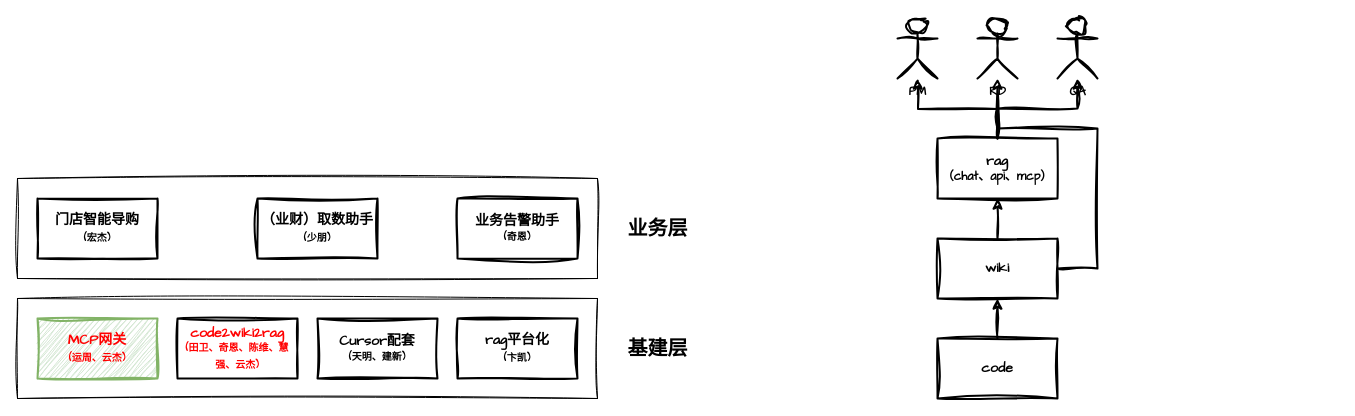
Earlier version of the draw.io diagram tc/AI.drawio (zhuanzhuan-tech/arch-draw-io). Source tidied: cells renumbered, new cells numbered last; positions are measured from the earlier drawing's top-left corner, leaving out a move shared by most shapes. Both pictures are drawn from the tidied source at 100%, with x=0, y=0 at pixel (17, 18).
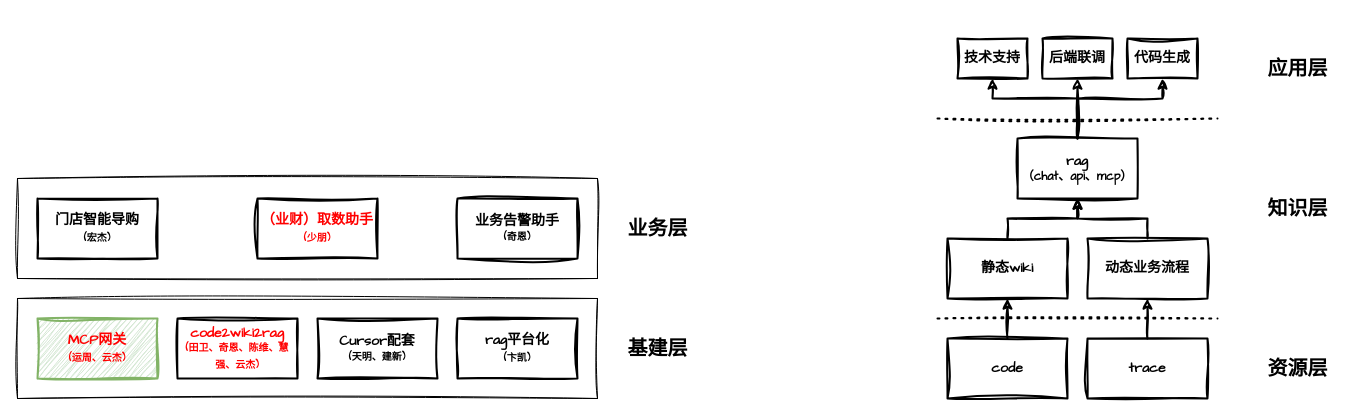
The same page after the edit.

Change to the diagram source:
```diff
@@
     <mxCell id="13" value="&lt;span style=&quot;font-size: 14px;&quot;&gt;&lt;b&gt;code&lt;/b&gt;&lt;/span&gt;" style="rounded=0;whiteSpace=wrap;html=1;sketch=1;hachureGap=4;jiggle=2;curveFitting=1;fontFamily=Architects Daughter;fillColor=none;strokeWidth=2;" parent="1" vertex="1">
-      <mxGeometry x="920" y="320" width="120" height="60" as="geometry" />
+      <mxGeometry x="930" y="320" width="120" height="60" as="geometry" />
     </mxCell>
@@
-    <mxCell id="15" style="edgeStyle=orthogonalEdgeStyle;rounded=0;sketch=1;hachureGap=4;jiggle=2;curveFitting=1;jettySize=auto;html=1;exitX=1;exitY=0.5;exitDx=0;exitDy=0;fontFamily=Architects Daughter;strokeWidth=2;startArrow=none;startFill=0;endArrow=none;endFill=0;" parent="1" edge="1" source="16">
-      <mxGeometry relative="1" as="geometry">
-        <mxPoint x="980" y="90" as="targetPoint" />
-        <Array as="points">
-          <mxPoint x="1080" y="250" />
-          <mxPoint x="1080" y="110" />
-          <mxPoint x="980" y="110" />
-        </Array>
-      </mxGeometry>
-    </mxCell>
-    <mxCell id="16" value="&lt;span style=&quot;font-size: 14px;&quot;&gt;&lt;b&gt;wiki&lt;/b&gt;&lt;/span&gt;" style="rounded=0;whiteSpace=wrap;html=1;sketch=1;hachureGap=4;jiggle=2;curveFitting=1;fontFamily=Architects Daughter;fillColor=none;strokeWidth=2;" parent="1" vertex="1">
-      <mxGeometry x="920" y="220" width="120" height="60" as="geometry" />
+    <mxCell id="16" value="&lt;span style=&quot;font-size: 14px;&quot;&gt;&lt;b&gt;静态wiki&lt;/b&gt;&lt;/span&gt;" style="rounded=0;whiteSpace=wrap;html=1;sketch=1;hachureGap=4;jiggle=2;curveFitting=1;fontFamily=Architects Daughter;fillColor=none;strokeWidth=2;" parent="1" vertex="1">
+      <mxGeometry x="930" y="220" width="120" height="60" as="geometry" />
     </mxCell>
-    <mxCell id="17" style="edgeStyle=orthogonalEdgeStyle;rounded=0;sketch=1;hachureGap=4;jiggle=2;curveFitting=1;jettySize=auto;html=1;exitX=0.5;exitY=0;exitDx=0;exitDy=0;fontFamily=Architects Daughter;strokeWidth=2;" parent="1" edge="1" source="20" target="23">
-      <mxGeometry relative="1" as="geometry" />
+    <mxCell id="17" style="edgeStyle=orthogonalEdgeStyle;rounded=0;sketch=1;hachureGap=4;jiggle=2;curveFitting=1;jettySize=auto;html=1;exitX=0.5;exitY=0;exitDx=0;exitDy=0;fontFamily=Architects Daughter;strokeWidth=2;entryX=0.5;entryY=1;entryDx=0;entryDy=0;" parent="1" edge="1" source="20" target="31">
+      <mxGeometry relative="1" as="geometry">
+        <Array as="points">
+          <mxPoint x="1060" y="80" />
+          <mxPoint x="1145" y="80" />
+        </Array>
+      </mxGeometry>
     </mxCell>
-    <mxCell id="18" style="edgeStyle=orthogonalEdgeStyle;rounded=0;sketch=1;hachureGap=4;jiggle=2;curveFitting=1;jettySize=auto;html=1;exitX=0.5;exitY=0;exitDx=0;exitDy=0;fontFamily=Architects Daughter;strokeWidth=2;" parent="1" edge="1" source="20" target="21">
+    <mxCell id="18" style="edgeStyle=orthogonalEdgeStyle;rounded=0;sketch=1;hachureGap=4;jiggle=2;curveFitting=1;jettySize=auto;html=1;exitX=0.5;exitY=0;exitDx=0;exitDy=0;fontFamily=Architects Daughter;strokeWidth=2;entryX=0.5;entryY=1;entryDx=0;entryDy=0;" parent="1" edge="1" source="20" target="30">
       <mxGeometry relative="1" as="geometry" />
     </mxCell>
-    <mxCell id="19" style="edgeStyle=orthogonalEdgeStyle;rounded=0;sketch=1;hachureGap=4;jiggle=2;curveFitting=1;jettySize=auto;html=1;exitX=0.5;exitY=0;exitDx=0;exitDy=0;fontFamily=Architects Daughter;strokeWidth=2;" parent="1" edge="1" source="20">
+    <mxCell id="19" style="edgeStyle=orthogonalEdgeStyle;rounded=0;sketch=1;hachureGap=4;jiggle=2;curveFitting=1;jettySize=auto;html=1;exitX=0.5;exitY=0;exitDx=0;exitDy=0;fontFamily=Architects Daughter;strokeWidth=2;entryX=0.5;entryY=1;entryDx=0;entryDy=0;" parent="1" edge="1" source="20" target="25">
       <mxGeometry relative="1" as="geometry">
-        <mxPoint x="900" y="60" as="targetPoint" />
+        <Array as="points">
+          <mxPoint x="1060" y="80" />
+          <mxPoint x="975" y="80" />
+        </Array>
       </mxGeometry>
     </mxCell>
     <mxCell id="20" value="&lt;span style=&quot;font-size: 14px;&quot;&gt;&lt;b&gt;rag&lt;/b&gt;&lt;/span&gt;&lt;div&gt;&lt;font style=&quot;&quot;&gt;&lt;b&gt;（chat、api、mcp）&lt;/b&gt;&lt;/font&gt;&lt;/div&gt;" style="rounded=0;whiteSpace=wrap;html=1;sketch=1;hachureGap=4;jiggle=2;curveFitting=1;fontFamily=Architects Daughter;fillColor=none;strokeWidth=2;" parent="1" vertex="1">
-      <mxGeometry x="920" y="120" width="120" height="60" as="geometry" />
+      <mxGeometry x="1000" y="120" width="120" height="60" as="geometry" />
     </mxCell>
-    <mxCell id="21" value="&lt;b&gt;RD&lt;/b&gt;" style="shape=umlActor;verticalLabelPosition=bottom;verticalAlign=top;html=1;outlineConnect=0;sketch=1;hachureGap=4;jiggle=2;curveFitting=1;fontFamily=Architects Daughter;strokeWidth=2;" parent="1" vertex="1">
-      <mxGeometry x="960" width="40" height="60" as="geometry" />
-    </mxCell>
-    <mxCell id="22" value="&lt;b&gt;PM&lt;/b&gt;" style="shape=umlActor;verticalLabelPosition=bottom;verticalAlign=top;html=1;sketch=1;hachureGap=4;jiggle=2;curveFitting=1;fontFamily=Architects Daughter;strokeWidth=2;" parent="1" vertex="1">
-      <mxGeometry x="880" width="40" height="60" as="geometry" />
-    </mxCell>
-    <mxCell id="23" value="&lt;b&gt;QA&lt;/b&gt;" style="shape=umlActor;verticalLabelPosition=bottom;verticalAlign=top;html=1;outlineConnect=0;sketch=1;hachureGap=4;jiggle=2;curveFitting=1;fontFamily=Architects Daughter;strokeWidth=2;" parent="1" vertex="1">
-      <mxGeometry x="1040" width="40" height="60" as="geometry" />
-    </mxCell>
-    <mxCell id="24" value="&lt;b&gt;&lt;font style=&quot;font-size: 14px;&quot;&gt;（业财）取数助手&lt;/font&gt;&lt;/b&gt;&lt;div&gt;&lt;b&gt;&lt;font style=&quot;font-size: 10px;&quot;&gt;(少朋)&lt;/font&gt;&lt;/b&gt;&lt;b&gt;&lt;font style=&quot;font-size: 14px;&quot;&gt;&lt;/font&gt;&lt;/b&gt;&lt;/div&gt;" style="rounded=0;whiteSpace=wrap;html=1;sketch=1;hachureGap=4;jiggle=2;curveFitting=1;fontFamily=Architects Daughter;fillColor=none;strokeWidth=2;" parent="1" vertex="1">
+    <mxCell id="24" value="&lt;b&gt;&lt;font style=&quot;font-size: 14px; color: rgb(255, 0, 0);&quot;&gt;（业财）取数助手&lt;/font&gt;&lt;/b&gt;&lt;div&gt;&lt;b&gt;&lt;font style=&quot;font-size: 10px; color: rgb(255, 0, 0);&quot;&gt;(少朋)&lt;/font&gt;&lt;/b&gt;&lt;b&gt;&lt;font style=&quot;font-size: 14px;&quot;&gt;&lt;/font&gt;&lt;/b&gt;&lt;/div&gt;" style="rounded=0;whiteSpace=wrap;html=1;sketch=1;hachureGap=4;jiggle=2;curveFitting=1;fontFamily=Architects Daughter;fillColor=none;strokeWidth=2;" parent="1" vertex="1">
       <mxGeometry x="240" y="180" width="120" height="60" as="geometry" />
     </mxCell>
+    <mxCell id="25" value="&lt;span style=&quot;font-size: 14px;&quot;&gt;&lt;b&gt;技术支持&lt;/b&gt;&lt;/span&gt;" style="rounded=0;whiteSpace=wrap;html=1;sketch=1;hachureGap=4;jiggle=2;curveFitting=1;fontFamily=Architects Daughter;fillColor=none;strokeWidth=2;" parent="1" vertex="1">
+      <mxGeometry x="940" y="20" width="70" height="40" as="geometry" />
+    </mxCell>
+    <mxCell id="26" style="edgeStyle=orthogonalEdgeStyle;rounded=0;sketch=1;hachureGap=4;jiggle=2;curveFitting=1;jettySize=auto;html=1;exitX=0.5;exitY=0;exitDx=0;exitDy=0;entryX=0.5;entryY=1;entryDx=0;entryDy=0;fontFamily=Architects Daughter;strokeWidth=2;" parent="1" edge="1" source="27" target="29">
+      <mxGeometry relative="1" as="geometry" />
+    </mxCell>
+    <mxCell id="27" value="&lt;span style=&quot;font-size: 14px;&quot;&gt;&lt;b&gt;trace&lt;/b&gt;&lt;/span&gt;" style="rounded=0;whiteSpace=wrap;html=1;sketch=1;hachureGap=4;jiggle=2;curveFitting=1;fontFamily=Architects Daughter;fillColor=none;strokeWidth=2;" parent="1" vertex="1">
+      <mxGeometry x="1070" y="320" width="120" height="60" as="geometry" />
+    </mxCell>
+    <mxCell id="28" style="edgeStyle=orthogonalEdgeStyle;rounded=0;sketch=1;hachureGap=4;jiggle=2;curveFitting=1;jettySize=auto;html=1;exitX=0.5;exitY=0;exitDx=0;exitDy=0;entryX=0.5;entryY=1;entryDx=0;entryDy=0;fontFamily=Architects Daughter;strokeWidth=2;" parent="1" edge="1" source="29" target="20">
+      <mxGeometry relative="1" as="geometry" />
+    </mxCell>
+    <mxCell id="29" value="&lt;span style=&quot;font-size: 14px;&quot;&gt;&lt;b&gt;动态业务流程&lt;/b&gt;&lt;/span&gt;" style="rounded=0;whiteSpace=wrap;html=1;sketch=1;hachureGap=4;jiggle=2;curveFitting=1;fontFamily=Architects Daughter;fillColor=none;strokeWidth=2;" parent="1" vertex="1">
+      <mxGeometry x="1070" y="220" width="120" height="60" as="geometry" />
+    </mxCell>
+    <mxCell id="30" value="&lt;span style=&quot;font-size: 14px;&quot;&gt;&lt;b&gt;后端联调&lt;/b&gt;&lt;/span&gt;" style="rounded=0;whiteSpace=wrap;html=1;sketch=1;hachureGap=4;jiggle=2;curveFitting=1;fontFamily=Architects Daughter;fillColor=none;strokeWidth=2;" parent="1" vertex="1">
+      <mxGeometry x="1025" y="20" width="70" height="40" as="geometry" />
+    </mxCell>
+    <mxCell id="31" value="&lt;span style=&quot;font-size: 14px;&quot;&gt;&lt;b&gt;代码生成&lt;/b&gt;&lt;/span&gt;" style="rounded=0;whiteSpace=wrap;html=1;sketch=1;hachureGap=4;jiggle=2;curveFitting=1;fontFamily=Architects Daughter;fillColor=none;strokeWidth=2;" parent="1" vertex="1">
+      <mxGeometry x="1110" y="20" width="70" height="40" as="geometry" />
+    </mxCell>
+    <mxCell id="32" style="endArrow=none;dashed=1;html=1;dashPattern=1 3;strokeWidth=2;rounded=0;sketch=1;hachureGap=4;jiggle=2;curveFitting=1;fontFamily=Architects Daughter;" parent="1" edge="1">
+      <mxGeometry relative="1" as="geometry">
+        <mxPoint x="920" y="300" as="sourcePoint" />
+        <mxPoint x="1200" y="300" as="targetPoint" />
+      </mxGeometry>
+    </mxCell>
+    <mxCell id="33" style="endArrow=none;dashed=1;html=1;dashPattern=1 3;strokeWidth=2;rounded=0;sketch=1;hachureGap=4;jiggle=2;curveFitting=1;fontFamily=Architects Daughter;" parent="1" edge="1">
+      <mxGeometry relative="1" as="geometry">
+        <mxPoint x="920" y="100" as="sourcePoint" />
+        <mxPoint x="1200" y="100" as="targetPoint" />
+      </mxGeometry>
+    </mxCell>
+    <mxCell id="34" value="&lt;b&gt;&lt;font style=&quot;font-size: 20px;&quot;&gt;资源层&lt;/font&gt;&lt;/b&gt;" style="text;html=1;align=center;verticalAlign=middle;strokeColor=none;fillColor=none;fontFamily=Architects Daughter;" parent="1" vertex="1">
+      <mxGeometry x="1240" y="330" width="80" height="40" as="geometry" />
+    </mxCell>
+    <mxCell id="35" value="&lt;b&gt;&lt;font style=&quot;font-size: 20px;&quot;&gt;知识层&lt;/font&gt;&lt;/b&gt;" style="text;html=1;align=center;verticalAlign=middle;strokeColor=none;fillColor=none;fontFamily=Architects Daughter;" parent="1" vertex="1">
+      <mxGeometry x="1240" y="170" width="80" height="40" as="geometry" />
+    </mxCell>
+    <mxCell id="36" value="&lt;b&gt;&lt;font style=&quot;font-size: 20px;&quot;&gt;应用层&lt;/font&gt;&lt;/b&gt;" style="text;html=1;align=center;verticalAlign=middle;strokeColor=none;fillColor=none;fontFamily=Architects Daughter;" parent="1" vertex="1">
+      <mxGeometry x="1240" y="30" width="80" height="40" as="geometry" />
+    </mxCell>
```
